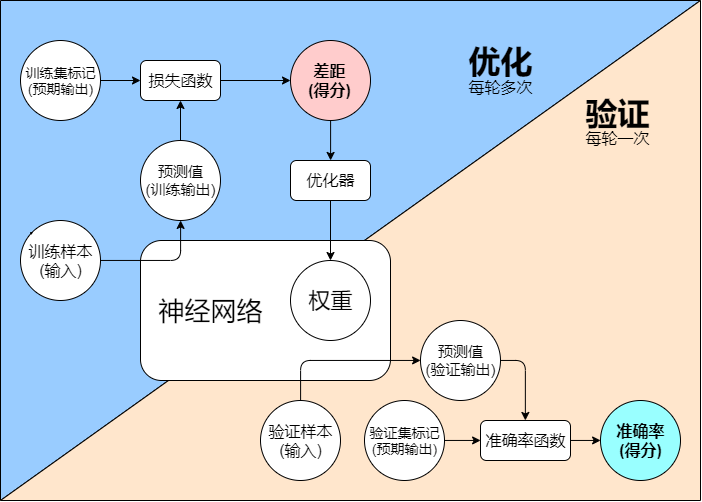
danteliujie/audioFrameWork keeps this draw.io diagram as MachineLearning/diagram/training_process_cn.png. Above is the earlier version. Source tidied: cells renumbered, new cells last; positions are measured from the earlier drawing's top-left corner, leaving out a move shared by most shapes.
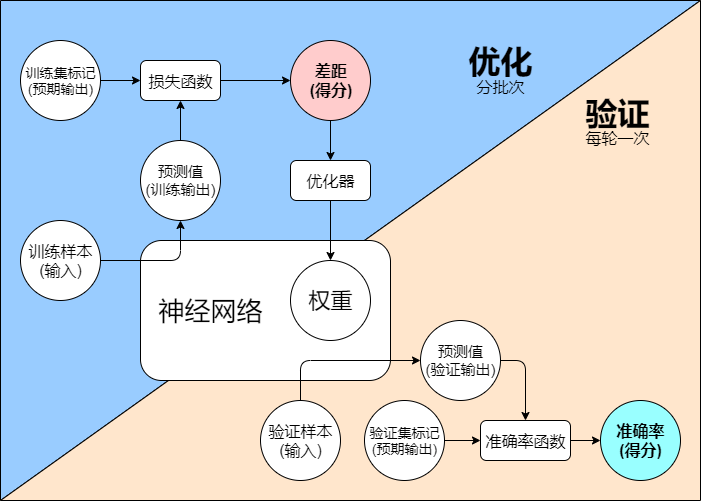
Above is the later version.

What changed in the source:
```diff
@@ -87,7 +87,7 @@
     <mxCell id="28" style="endArrow=classic;html=1;exitX=1;exitY=0.5;exitDx=0;exitDy=0;entryX=0.5;entryY=0;entryDx=0;entryDy=0;edgeStyle=orthogonalEdgeStyle;" parent="1" edge="1" source="19" target="27">
       <mxGeometry relative="1" as="geometry" />
     </mxCell>
-    <mxCell id="29" value="&lt;h1 style=&quot;line-height: 10%&quot;&gt;优化&lt;/h1&gt;&lt;p style=&quot;line-height: 20%&quot;&gt;每轮多次&lt;/p&gt;" style="text;html=1;strokeColor=none;fillColor=none;spacing=5;spacingTop=-20;whiteSpace=wrap;overflow=hidden;rounded=0;fontSize=16;align=center;" parent="1" vertex="1">
+    <mxCell id="29" value="&lt;h1 style=&quot;line-height: 10%&quot;&gt;优化&lt;/h1&gt;&lt;p style=&quot;line-height: 20%&quot;&gt;分批次&lt;/p&gt;" style="text;html=1;strokeColor=none;fillColor=none;spacing=5;spacingTop=-20;whiteSpace=wrap;overflow=hidden;rounded=0;fontSize=16;align=center;" parent="1" vertex="1">
       <mxGeometry x="460" y="50" width="80" height="50" as="geometry" />
     </mxCell>
     <mxCell id="30" value="&lt;h1 style=&quot;line-height: 20%&quot;&gt;验证&lt;/h1&gt;&lt;p style=&quot;line-height: 0%&quot;&gt;每轮一次&lt;/p&gt;" style="text;html=1;strokeColor=none;fillColor=none;spacing=5;spacingTop=-20;whiteSpace=wrap;overflow=hidden;rounded=0;fontSize=16;align=center;" parent="1" vertex="1">
```
